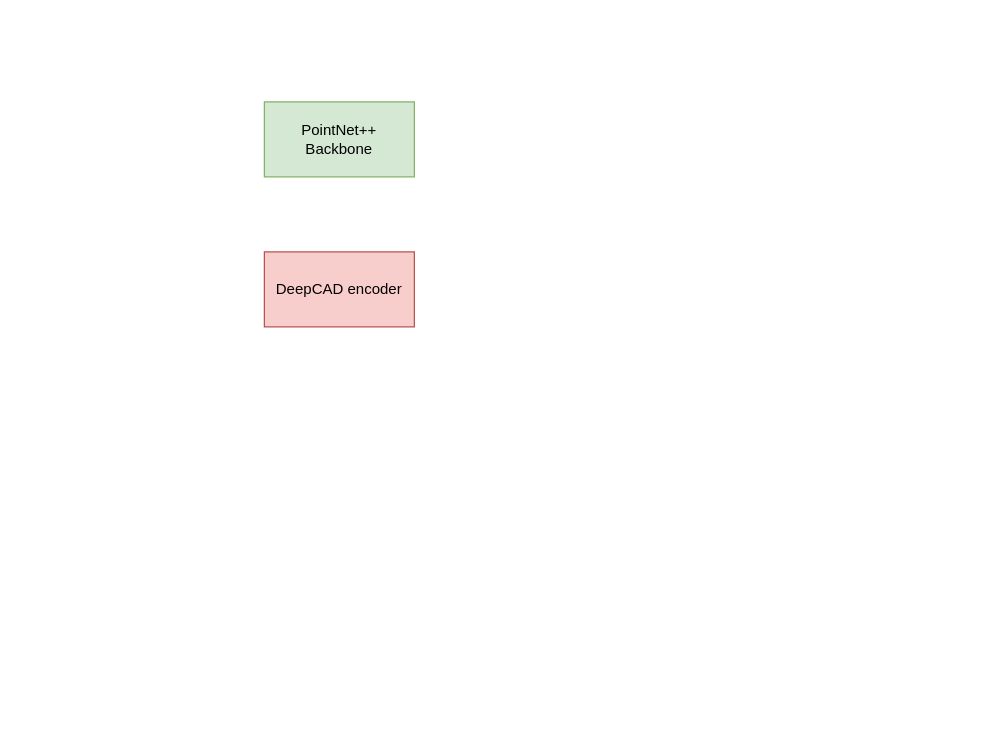
spaceboy202105/img keeps this draw.io diagram as 241218.drawio. Above is the earlier version. Source tidied: cells renumbered, new cells numbered last; positions are measured from the earlier drawing's top-left corner, leaving out a move shared by most shapes. Both pictures are drawn from the tidied source at 125%, with x=0, y=0 at pixel (264, 101).
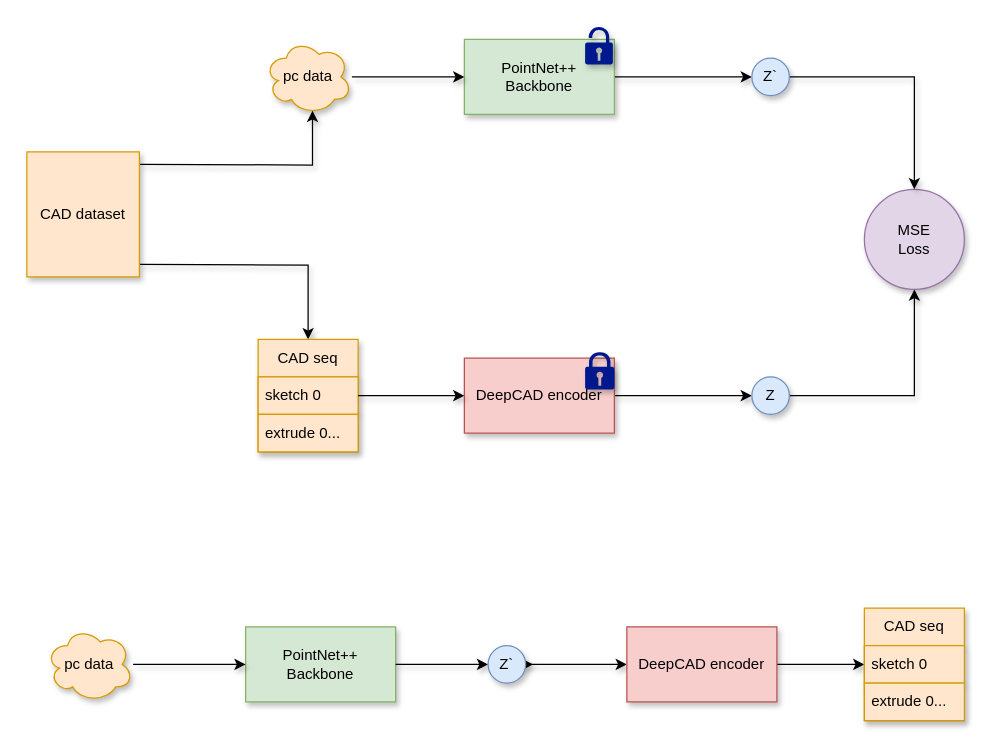
After the change.

The edit, as a diff of the source:
```diff
@@
+    <mxCell id="4" style="edgeStyle=orthogonalEdgeStyle;rounded=0;jettySize=auto;html=1;exitX=1;exitY=0.5;exitDx=0;exitDy=0;shadow=1;" parent="1" edge="1" source="2">
+      <mxGeometry relative="1" as="geometry">
+        <mxPoint x="390" y="-20" as="targetPoint" />
+      </mxGeometry>
+    </mxCell>
-    <mxCell id="2" value="PointNet++&lt;div&gt;Backbone&lt;/div&gt;" style="rounded=0;whiteSpace=wrap;html=1;fillColor=#d5e8d4;strokeColor=#82b366;" parent="1" vertex="1">
-      <mxGeometry width="120" height="60" as="geometry" />
+    <mxCell id="2" value="PointNet++&lt;div&gt;Backbone&lt;/div&gt;" style="rounded=0;whiteSpace=wrap;html=1;fillColor=#d5e8d4;strokeColor=#82b366;shadow=1;" parent="1" vertex="1">
+      <mxGeometry x="160" y="-50" width="120" height="60" as="geometry" />
     </mxCell>
+    <mxCell id="5" style="edgeStyle=orthogonalEdgeStyle;rounded=0;jettySize=auto;html=1;exitX=1;exitY=0.5;exitDx=0;exitDy=0;shadow=1;" parent="1" edge="1" source="3">
+      <mxGeometry relative="1" as="geometry">
+        <mxPoint x="390" y="235" as="targetPoint" />
+      </mxGeometry>
+    </mxCell>
-    <mxCell id="3" value="DeepCAD encoder" style="rounded=0;whiteSpace=wrap;html=1;fillColor=#f8cecc;strokeColor=#b85450;" parent="1" vertex="1">
-      <mxGeometry y="120" width="120" height="60" as="geometry" />
+    <mxCell id="3" value="DeepCAD encoder" style="rounded=0;whiteSpace=wrap;html=1;fillColor=#f8cecc;strokeColor=#b85450;shadow=1;" parent="1" vertex="1">
+      <mxGeometry x="160" y="205" width="120" height="60" as="geometry" />
     </mxCell>
+    <mxCell id="6" style="edgeStyle=orthogonalEdgeStyle;rounded=0;jettySize=auto;html=1;exitX=1;exitY=1;exitDx=0;exitDy=0;entryX=0.5;entryY=0;entryDx=0;entryDy=0;shadow=1;" parent="1" edge="1" target="9">
+      <mxGeometry relative="1" as="geometry">
+        <mxPoint x="-100" y="130" as="sourcePoint" />
+      </mxGeometry>
+    </mxCell>
+    <mxCell id="7" style="edgeStyle=orthogonalEdgeStyle;rounded=0;jettySize=auto;html=1;shadow=1;" parent="1" edge="1" source="8" target="2">
+      <mxGeometry relative="1" as="geometry" />
+    </mxCell>
+    <mxCell id="8" value="pc data" style="ellipse;shape=cloud;whiteSpace=wrap;html=1;fillColor=#ffe6cc;strokeColor=#d79b00;shadow=1;" parent="1" vertex="1">
+      <mxGeometry y="-50" width="70" height="60" as="geometry" />
+    </mxCell>
+    <mxCell id="9" value="CAD seq" style="swimlane;fontStyle=0;horizontal=1;startSize=30;whiteSpace=wrap;html=1;fillColor=#ffe6cc;strokeColor=#d79b00;shadow=1;" parent="1" vertex="1">
+      <mxGeometry x="-5" y="190" width="80" height="90" as="geometry" />
+    </mxCell>
+    <mxCell id="10" value="sketch 0" style="text;strokeColor=#d79b00;fillColor=#ffe6cc;align=left;verticalAlign=middle;spacingLeft=4;spacingRight=4;overflow=hidden;points=[[0,0.5],[1,0.5]];portConstraint=eastwest;whiteSpace=wrap;html=1;shadow=1;" parent="9" vertex="1">
+      <mxGeometry y="30" width="80" height="30" as="geometry" />
+    </mxCell>
+    <mxCell id="11" value="extrude 0..." style="text;strokeColor=#d79b00;fillColor=#ffe6cc;align=left;verticalAlign=middle;spacingLeft=4;spacingRight=4;overflow=hidden;whiteSpace=wrap;html=1;shadow=1;" parent="9" vertex="1">
+      <mxGeometry y="60" width="80" height="30" as="geometry" />
+    </mxCell>
+    <mxCell id="12" style="edgeStyle=orthogonalEdgeStyle;rounded=0;jettySize=auto;html=1;exitX=1;exitY=0;exitDx=0;exitDy=0;entryX=0.55;entryY=0.95;entryDx=0;entryDy=0;entryPerimeter=0;shadow=1;" parent="1" edge="1" target="8">
+      <mxGeometry relative="1" as="geometry">
+        <mxPoint x="-100" y="50" as="sourcePoint" />
+      </mxGeometry>
+    </mxCell>
+    <mxCell id="13" style="edgeStyle=orthogonalEdgeStyle;rounded=0;jettySize=auto;html=1;entryX=0;entryY=0.5;entryDx=0;entryDy=0;shadow=1;" parent="1" edge="1" source="10" target="3">
+      <mxGeometry relative="1" as="geometry" />
+    </mxCell>
+    <mxCell id="14" value="CAD dataset" style="rounded=0;whiteSpace=wrap;html=1;fillColor=#ffe6cc;strokeColor=#d79b00;shadow=1;" parent="1" vertex="1">
+      <mxGeometry x="-190" y="40" width="90" height="100" as="geometry" />
+    </mxCell>
+    <mxCell id="15" value="&lt;div&gt;MSE&lt;/div&gt;Loss" style="ellipse;whiteSpace=wrap;html=1;fillColor=#e1d5e7;strokeColor=#9673a6;shadow=1;" parent="1" vertex="1">
+      <mxGeometry x="480" y="70" width="80" height="80" as="geometry" />
+    </mxCell>
+    <mxCell id="16" style="edgeStyle=orthogonalEdgeStyle;rounded=0;jettySize=auto;html=1;exitX=1;exitY=0.5;exitDx=0;exitDy=0;entryX=0.5;entryY=0;entryDx=0;entryDy=0;shadow=1;" parent="1" edge="1" source="17" target="15">
+      <mxGeometry relative="1" as="geometry" />
+    </mxCell>
+    <mxCell id="17" value="Z`" style="ellipse;whiteSpace=wrap;html=1;fillColor=#dae8fc;strokeColor=#6c8ebf;shadow=1;" parent="1" vertex="1">
+      <mxGeometry x="390" y="-35" width="30" height="30" as="geometry" />
+    </mxCell>
+    <mxCell id="18" style="sketch=0;shadow=1;dashed=0;html=1;strokeColor=none;labelPosition=center;verticalLabelPosition=bottom;verticalAlign=top;align=center;fillColor=#00188D;shape=mxgraph.mscae.enterprise.lock;" parent="1" vertex="1">
+      <mxGeometry x="256.6" y="200" width="23.4" height="30" as="geometry" />
+    </mxCell>
+    <mxCell id="19" style="sketch=0;shadow=1;dashed=0;html=1;strokeColor=none;labelPosition=center;verticalLabelPosition=bottom;verticalAlign=top;align=center;fillColor=#00188D;shape=mxgraph.mscae.enterprise.lock_unlocked;" parent="1" vertex="1">
+      <mxGeometry x="256.6" y="-60" width="22.2" height="30" as="geometry" />
+    </mxCell>
+    <mxCell id="20" style="edgeStyle=orthogonalEdgeStyle;rounded=0;jettySize=auto;html=1;exitX=1;exitY=0.5;exitDx=0;exitDy=0;entryX=0.5;entryY=1;entryDx=0;entryDy=0;shadow=1;" parent="1" edge="1" source="21" target="15">
+      <mxGeometry relative="1" as="geometry" />
+    </mxCell>
+    <mxCell id="21" value="Z" style="ellipse;whiteSpace=wrap;html=1;fillColor=#dae8fc;strokeColor=#6c8ebf;shadow=1;" parent="1" vertex="1">
+      <mxGeometry x="390" y="220" width="30" height="30" as="geometry" />
+    </mxCell>
+    <mxCell id="22" style="edgeStyle=orthogonalEdgeStyle;rounded=0;jettySize=auto;html=1;exitX=1;exitY=0.5;exitDx=0;exitDy=0;shadow=1;" parent="1" edge="1" source="30">
+      <mxGeometry relative="1" as="geometry">
+        <mxPoint x="215" y="450" as="targetPoint" />
+      </mxGeometry>
+    </mxCell>
+    <mxCell id="23" value="PointNet++&lt;div&gt;Backbone&lt;/div&gt;" style="rounded=0;whiteSpace=wrap;html=1;fillColor=#d5e8d4;strokeColor=#82b366;shadow=1;" parent="1" vertex="1">
+      <mxGeometry x="-15" y="420" width="120" height="60" as="geometry" />
+    </mxCell>
+    <mxCell id="24" style="edgeStyle=orthogonalEdgeStyle;rounded=0;jettySize=auto;html=1;shadow=1;" parent="1" edge="1" source="25" target="23">
+      <mxGeometry relative="1" as="geometry" />
+    </mxCell>
+    <mxCell id="25" value="pc data" style="ellipse;shape=cloud;whiteSpace=wrap;html=1;fillColor=#ffe6cc;strokeColor=#d79b00;shadow=1;" parent="1" vertex="1">
+      <mxGeometry x="-175" y="420" width="70" height="60" as="geometry" />
+    </mxCell>
+    <mxCell id="26" style="edgeStyle=orthogonalEdgeStyle;rounded=0;jettySize=auto;html=1;shadow=1;" parent="1" edge="1" source="30" target="28">
+      <mxGeometry relative="1" as="geometry" />
+    </mxCell>
+    <mxCell id="27" style="edgeStyle=orthogonalEdgeStyle;rounded=0;jettySize=auto;html=1;entryX=0;entryY=0.5;entryDx=0;entryDy=0;shadow=1;" parent="1" edge="1" source="28" target="32">
+      <mxGeometry relative="1" as="geometry" />
+    </mxCell>
+    <mxCell id="28" value="DeepCAD encoder" style="rounded=0;whiteSpace=wrap;html=1;fillColor=#f8cecc;strokeColor=#b85450;shadow=1;" parent="1" vertex="1">
+      <mxGeometry x="290" y="420" width="120" height="60" as="geometry" />
+    </mxCell>
+    <mxCell id="29" style="edgeStyle=orthogonalEdgeStyle;rounded=0;jettySize=auto;html=1;exitX=1;exitY=0.5;exitDx=0;exitDy=0;shadow=1;" parent="1" edge="1" source="23" target="30">
+      <mxGeometry relative="1" as="geometry" />
+    </mxCell>
+    <mxCell id="30" value="Z`" style="ellipse;whiteSpace=wrap;html=1;fillColor=#dae8fc;strokeColor=#6c8ebf;shadow=1;" parent="1" vertex="1">
+      <mxGeometry x="179" y="435" width="30" height="30" as="geometry" />
+    </mxCell>
+    <mxCell id="31" value="CAD seq" style="swimlane;fontStyle=0;horizontal=1;startSize=30;whiteSpace=wrap;html=1;fillColor=#ffe6cc;strokeColor=#d79b00;shadow=1;" parent="1" vertex="1">
+      <mxGeometry x="480" y="405" width="80" height="90" as="geometry" />
+    </mxCell>
+    <mxCell id="32" value="sketch 0" style="text;strokeColor=#d79b00;fillColor=#ffe6cc;align=left;verticalAlign=middle;spacingLeft=4;spacingRight=4;overflow=hidden;points=[[0,0.5],[1,0.5]];portConstraint=eastwest;whiteSpace=wrap;html=1;shadow=1;" parent="31" vertex="1">
+      <mxGeometry y="30" width="80" height="30" as="geometry" />
+    </mxCell>
+    <mxCell id="33" value="extrude 0..." style="text;strokeColor=#d79b00;fillColor=#ffe6cc;align=left;verticalAlign=middle;spacingLeft=4;spacingRight=4;overflow=hidden;whiteSpace=wrap;html=1;shadow=1;" parent="31" vertex="1">
+      <mxGeometry y="60" width="80" height="30" as="geometry" />
+    </mxCell>
```
